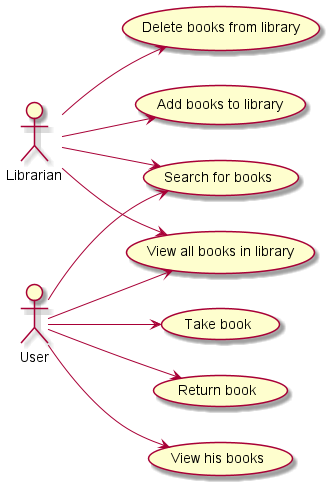
Earlier version of the PlantUML export UseCaseDiagram.png (i-diordiev/Library). Its diagram source:
```plantuml
@startuml

left to right direction

User --> (View all books in library)
User --> (Search for books)
User --> (Take book)
User --> (Return book)
User --> (View his books)

Librarian --> (Add books to library)
Librarian --> (Delete books from library)
Librarian --> (View all books in library)
Librarian --> (Search for books)

@enduml
```
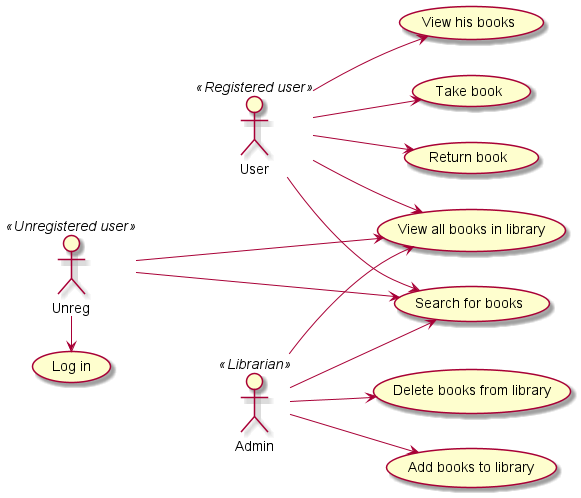
After the change.

Diff of the diagram source:
```diff
@@ -1,16 +1,21 @@
 @startuml
 
 left to right direction
-
+User <<Registered user>>
 User --> (View all books in library)
 User --> (Search for books)
 User --> (Take book)
 User --> (Return book)
 User --> (View his books)
 
-Librarian --> (Add books to library)
-Librarian --> (Delete books from library)
-Librarian --> (View all books in library)
-Librarian --> (Search for books)
+Admin <<Librarian>>
+Admin --> (Add books to library)
+Admin --> (Delete books from library)
+Admin --> (View all books in library)
+Admin --> (Search for books)
 
+Unreg << Unregistered user>>
+Unreg ---> (View all books in library)
+Unreg ---> (Search for books)
+Unreg -> (Log in)
 @enduml
```
